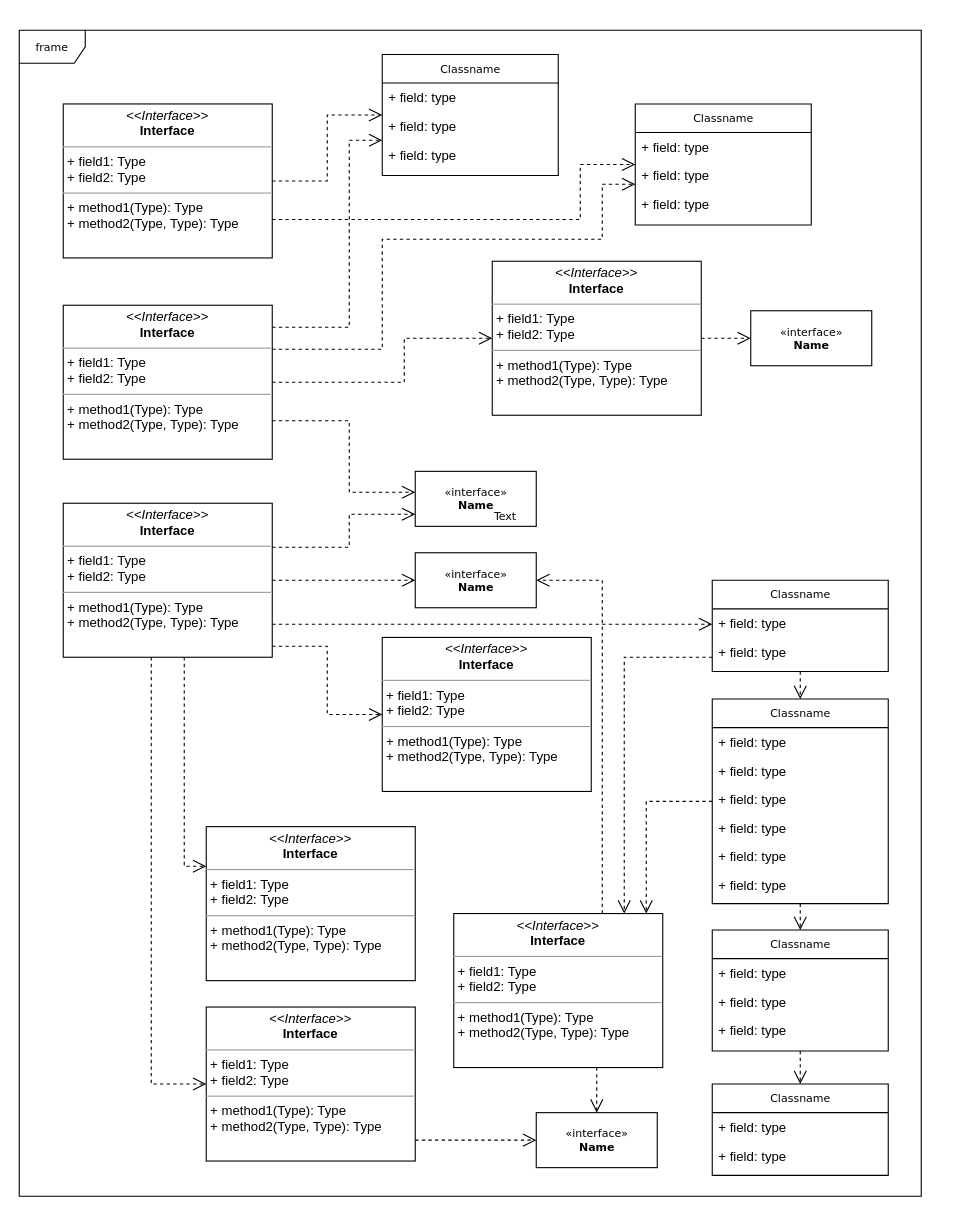
This is Diagrama sin título.drawio from arelia10/arelia10, a draw.io file, before an edit. Source tidied: cells renumbered, new cells numbered last; positions are measured from the earlier drawing's top-left corner, leaving out a move shared by most shapes. Both pictures are drawn from the tidied source at 110%, with x=0, y=0 at pixel (19, 30).
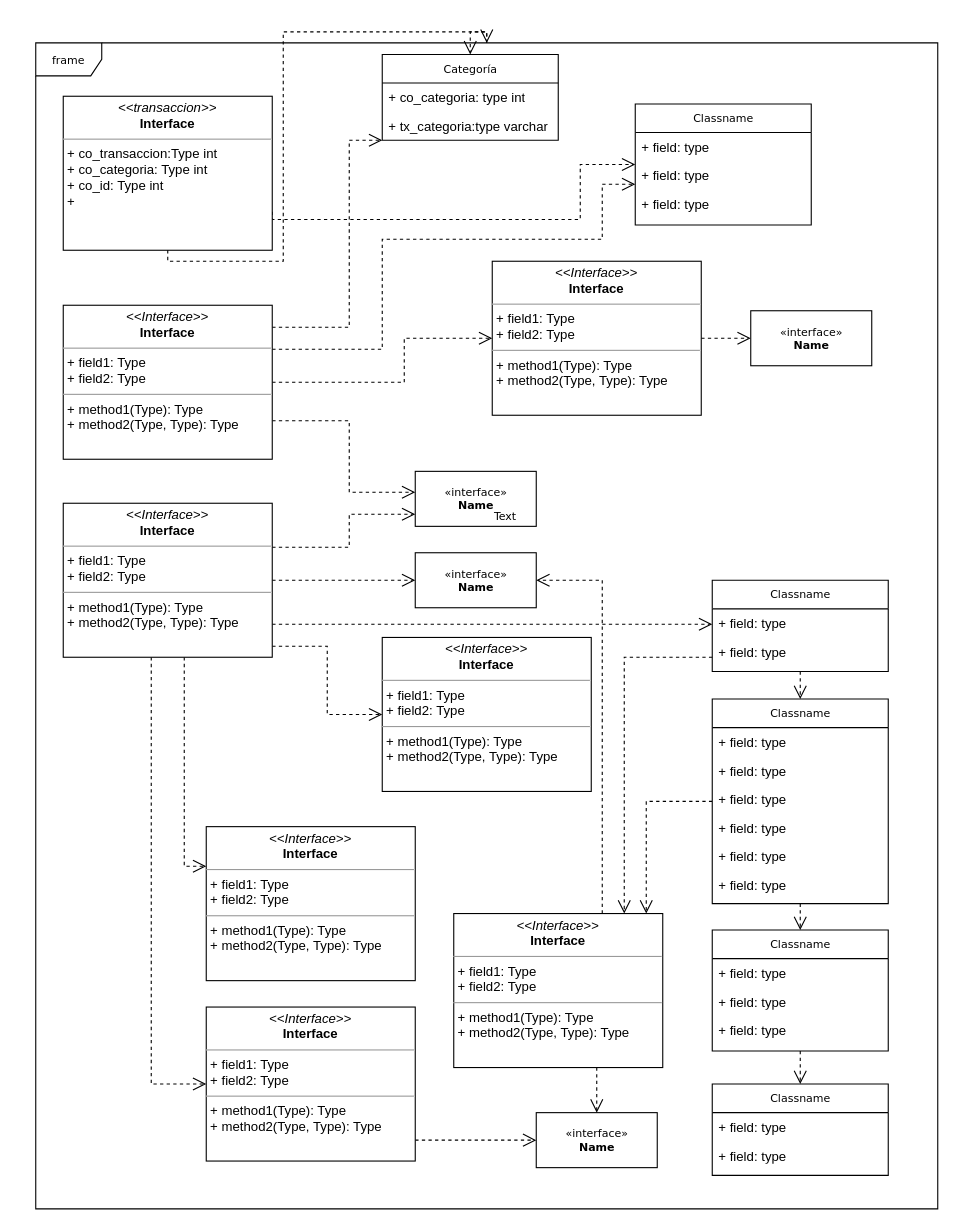
The same diagram, later.

Change to the diagram source:
```diff
@@
-    <mxCell id="2" value="frame" style="shape=umlFrame;whiteSpace=wrap;html=1;rounded=0;shadow=0;comic=0;labelBackgroundColor=none;strokeWidth=1;fontFamily=Verdana;fontSize=10;align=center;" parent="1" vertex="1">
-      <mxGeometry width="820" height="1060" as="geometry" />
-    </mxCell>
@@
-    <mxCell id="12" value="Classname" style="swimlane;html=1;fontStyle=0;horizontal=1;startSize=26;fillColor=none;swimlaneFillColor=#ffffff;rounded=0;shadow=0;comic=0;labelBackgroundColor=none;strokeWidth=1;fontFamily=Verdana;fontSize=10;align=center;" parent="1" vertex="1">
-      <mxGeometry x="330" y="22" width="160" height="110" as="geometry" />
+    <mxCell id="12" value="Categoría" style="swimlane;html=1;fontStyle=0;horizontal=1;startSize=26;fillColor=none;swimlaneFillColor=#ffffff;rounded=0;shadow=0;comic=0;labelBackgroundColor=none;strokeWidth=1;fontFamily=Verdana;fontSize=10;align=center;" parent="1" vertex="1">
+      <mxGeometry x="330" y="22" width="160" height="78" as="geometry" />
     </mxCell>
-    <mxCell id="13" value="+ field: type" style="text;html=1;strokeColor=none;fillColor=none;align=left;verticalAlign=top;spacingLeft=4;spacingRight=4;whiteSpace=wrap;overflow=hidden;" parent="12" vertex="1">
+    <mxCell id="13" value="+ co_categoria: type int" style="text;html=1;strokeColor=none;fillColor=none;align=left;verticalAlign=top;spacingLeft=4;spacingRight=4;whiteSpace=wrap;overflow=hidden;" parent="12" vertex="1">
       <mxGeometry y="26" width="160" height="26" as="geometry" />
     </mxCell>
-    <mxCell id="14" value="+ field: type" style="text;html=1;strokeColor=none;fillColor=none;align=left;verticalAlign=top;spacingLeft=4;spacingRight=4;whiteSpace=wrap;overflow=hidden;" parent="12" vertex="1">
+    <mxCell id="14" value="+ tx_categoria:type varchar" style="text;html=1;strokeColor=none;fillColor=none;align=left;verticalAlign=top;spacingLeft=4;spacingRight=4;whiteSpace=wrap;overflow=hidden;" parent="12" vertex="1">
       <mxGeometry y="52" width="160" height="26" as="geometry" />
     </mxCell>
-    <mxCell id="15" value="+ field: type" style="text;html=1;strokeColor=none;fillColor=none;align=left;verticalAlign=top;spacingLeft=4;spacingRight=4;whiteSpace=wrap;overflow=hidden;" parent="12" vertex="1">
-      <mxGeometry y="78" width="160" height="26" as="geometry" />
-    </mxCell>
@@
-    <mxCell id="46" style="edgeStyle=orthogonalEdgeStyle;rounded=0;html=1;labelBackgroundColor=none;startFill=0;endArrow=open;endFill=0;endSize=10;fontFamily=Verdana;fontSize=10;dashed=1;" parent="1" edge="1" source="48" target="12">
+    <mxCell id="46" style="edgeStyle=orthogonalEdgeStyle;rounded=0;html=1;labelBackgroundColor=none;startFill=0;endArrow=open;endFill=0;endSize=10;fontFamily=Verdana;fontSize=10;dashed=1;" parent="1" edge="1" source="2" target="12">
       <mxGeometry relative="1" as="geometry" />
     </mxCell>
@@
-    <mxCell id="48" value="&lt;p style=&quot;margin:0px;margin-top:4px;text-align:center;&quot;&gt;&lt;i&gt;&amp;lt;&amp;lt;Interface&amp;gt;&amp;gt;&lt;/i&gt;&lt;br/&gt;&lt;b&gt;Interface&lt;/b&gt;&lt;/p&gt;&lt;hr size=&quot;1&quot;/&gt;&lt;p style=&quot;margin:0px;margin-left:4px;&quot;&gt;+ field1: Type&lt;br/&gt;+ field2: Type&lt;/p&gt;&lt;hr size=&quot;1&quot;/&gt;&lt;p style=&quot;margin:0px;margin-left:4px;&quot;&gt;+ method1(Type): Type&lt;br/&gt;+ method2(Type, Type): Type&lt;/p&gt;" style="verticalAlign=top;align=left;overflow=fill;fontSize=12;fontFamily=Helvetica;html=1;rounded=0;shadow=0;comic=0;labelBackgroundColor=none;strokeWidth=1;" parent="1" vertex="1">
-      <mxGeometry x="40" y="67" width="190" height="140" as="geometry" />
+    <mxCell id="48" value="&lt;p style=&quot;margin:0px;margin-top:4px;text-align:center;&quot;&gt;&lt;i&gt;&amp;lt;&amp;lt;transaccion&amp;gt;&amp;gt;&lt;/i&gt;&lt;br&gt;&lt;b&gt;Interface&lt;/b&gt;&lt;/p&gt;&lt;hr size=&quot;1&quot;&gt;&lt;p style=&quot;margin:0px;margin-left:4px;&quot;&gt;+ co_transaccion:Type int&lt;/p&gt;&lt;p style=&quot;margin:0px;margin-left:4px;&quot;&gt;+ co_categoria: Type int&lt;br&gt;+ co_id: Type int&lt;/p&gt;&lt;p style=&quot;margin:0px;margin-left:4px;&quot;&gt;+&amp;nbsp;&lt;/p&gt;" style="verticalAlign=top;align=left;overflow=fill;fontSize=12;fontFamily=Helvetica;html=1;rounded=0;shadow=0;comic=0;labelBackgroundColor=none;strokeWidth=1;" parent="1" vertex="1">
+      <mxGeometry x="40" y="60" width="190" height="140" as="geometry" />
     </mxCell>
@@
+    <mxCell id="62" style="edgeStyle=orthogonalEdgeStyle;rounded=0;html=1;labelBackgroundColor=none;startFill=0;endArrow=open;endFill=0;endSize=10;fontFamily=Verdana;fontSize=10;dashed=1;" parent="1" edge="1" source="48" target="2">
+      <mxGeometry relative="1" as="geometry" />
+    </mxCell>
+    <mxCell id="2" value="frame" style="shape=umlFrame;whiteSpace=wrap;html=1;rounded=0;shadow=0;comic=0;labelBackgroundColor=none;strokeWidth=1;fontFamily=Verdana;fontSize=10;align=center;" parent="1" vertex="1">
+      <mxGeometry x="15" y="11.5" width="820" height="1060" as="geometry" />
+    </mxCell>
```
